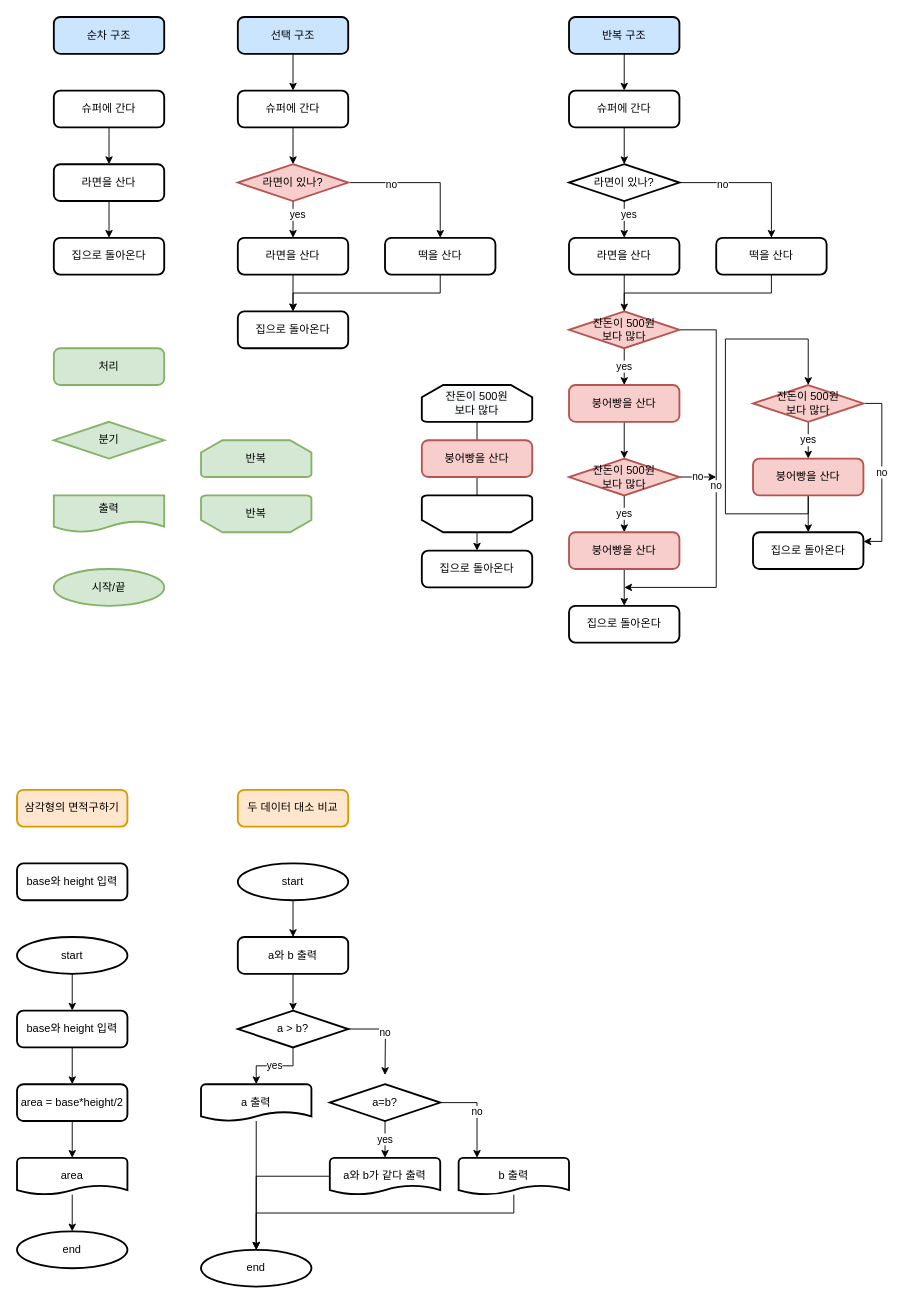
garlic3/python_basic keeps this draw.io diagram as Untitled Diagram.drawio. Above is the earlier version. Source tidied: cells renumbered, new cells numbered last; positions are measured from the earlier drawing's top-left corner, leaving out a move shared by most shapes. Both pictures are drawn from the tidied source at 92%, with x=0, y=0 at pixel (17, 17).
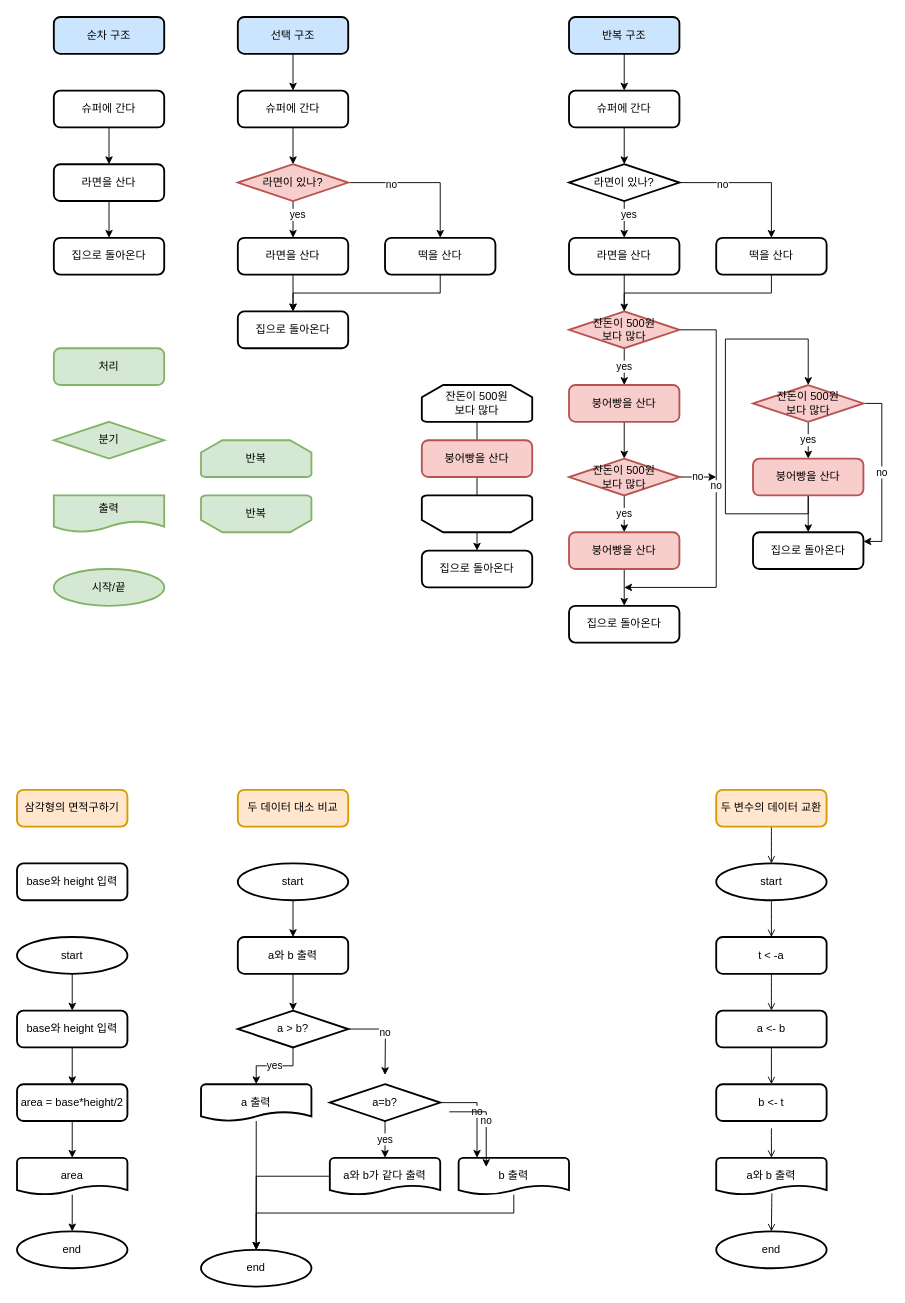
Above is the later version.

The edit, as a diff of the source:
```diff
@@
+    <mxCell id="93" style="edgeStyle=none;curved=1;rounded=0;jettySize=auto;html=1;exitX=0.5;exitY=1;exitDx=0;exitDy=0;entryX=0.5;entryY=0;entryDx=0;entryDy=0;entryPerimeter=0;endArrow=open;sourcePerimeterSpacing=8;targetPerimeterSpacing=8;" parent="1" edge="1" source="94" target="96">
+      <mxGeometry relative="1" as="geometry" />
+    </mxCell>
+    <mxCell id="94" value="두 변수의 데이터 교환" style="rounded=1;whiteSpace=wrap;html=1;absoluteArcSize=1;arcSize=14;strokeWidth=2;fillColor=#ffe6cc;strokeColor=#d79b00;" parent="1" vertex="1">
+      <mxGeometry x="760" y="840" width="120" height="40" as="geometry" />
+    </mxCell>
+    <mxCell id="95" style="edgeStyle=none;curved=1;rounded=0;jettySize=auto;html=1;exitX=0.5;exitY=1;exitDx=0;exitDy=0;exitPerimeter=0;entryX=0.5;entryY=0;entryDx=0;entryDy=0;endArrow=open;sourcePerimeterSpacing=8;targetPerimeterSpacing=8;" parent="1" edge="1" source="96" target="98">
+      <mxGeometry relative="1" as="geometry" />
+    </mxCell>
+    <mxCell id="96" value="start" style="strokeWidth=2;html=1;shape=mxgraph.flowchart.start_2;whiteSpace=wrap;" parent="1" vertex="1">
+      <mxGeometry x="760" y="920" width="120" height="40" as="geometry" />
+    </mxCell>
+    <mxCell id="97" style="edgeStyle=none;curved=1;rounded=0;jettySize=auto;html=1;exitX=0.5;exitY=1;exitDx=0;exitDy=0;entryX=0.5;entryY=0;entryDx=0;entryDy=0;endArrow=open;sourcePerimeterSpacing=8;targetPerimeterSpacing=8;" parent="1" edge="1" source="98" target="100">
+      <mxGeometry relative="1" as="geometry" />
+    </mxCell>
+    <mxCell id="98" value="t &amp;lt; -a" style="rounded=1;whiteSpace=wrap;html=1;absoluteArcSize=1;arcSize=14;strokeWidth=2;" parent="1" vertex="1">
+      <mxGeometry x="760" y="1000" width="120" height="40" as="geometry" />
+    </mxCell>
+    <mxCell id="99" style="edgeStyle=none;curved=1;rounded=0;jettySize=auto;html=1;exitX=0.5;exitY=1;exitDx=0;exitDy=0;endArrow=open;sourcePerimeterSpacing=8;targetPerimeterSpacing=8;entryX=0.5;entryY=0;entryDx=0;entryDy=0;" parent="1" edge="1" source="100" target="102">
+      <mxGeometry relative="1" as="geometry" />
+    </mxCell>
+    <mxCell id="100" value="a &amp;lt;- b" style="rounded=1;whiteSpace=wrap;html=1;absoluteArcSize=1;arcSize=14;strokeWidth=2;" parent="1" vertex="1">
+      <mxGeometry x="760" y="1080" width="120" height="40" as="geometry" />
+    </mxCell>
+    <mxCell id="101" style="edgeStyle=none;curved=1;rounded=0;jettySize=auto;html=1;entryX=0.5;entryY=0;entryDx=0;entryDy=0;entryPerimeter=0;endArrow=open;sourcePerimeterSpacing=8;targetPerimeterSpacing=8;" parent="1" edge="1" source="102" target="104">
+      <mxGeometry relative="1" as="geometry" />
+    </mxCell>
+    <mxCell id="102" value="b &amp;lt;- t" style="rounded=1;whiteSpace=wrap;html=1;absoluteArcSize=1;arcSize=14;strokeWidth=2;" parent="1" vertex="1">
+      <mxGeometry x="760" y="1160" width="120" height="40" as="geometry" />
+    </mxCell>
+    <mxCell id="103" style="edgeStyle=none;curved=1;rounded=0;jettySize=auto;html=1;entryX=0.5;entryY=0;entryDx=0;entryDy=0;entryPerimeter=0;endArrow=open;sourcePerimeterSpacing=8;targetPerimeterSpacing=8;exitX=0.504;exitY=0.968;exitDx=0;exitDy=0;exitPerimeter=0;" parent="1" edge="1" source="104" target="105">
+      <mxGeometry relative="1" as="geometry" />
+    </mxCell>
+    <mxCell id="104" value="a와 b 출력" style="strokeWidth=2;html=1;shape=mxgraph.flowchart.document2;whiteSpace=wrap;size=0.25;" parent="1" vertex="1">
+      <mxGeometry x="760" y="1240" width="120" height="40" as="geometry" />
+    </mxCell>
+    <mxCell id="105" value="end" style="strokeWidth=2;html=1;shape=mxgraph.flowchart.start_2;whiteSpace=wrap;" parent="1" vertex="1">
+      <mxGeometry x="760" y="1320" width="120" height="40" as="geometry" />
+    </mxCell>
+    <mxCell id="106" value="no" style="edgeStyle=orthogonalEdgeStyle;rounded=0;orthogonalLoop=1;jettySize=auto;html=1;" parent="1" edge="1">
+      <mxGeometry relative="1" as="geometry">
+        <mxPoint x="470" y="1190" as="sourcePoint" />
+        <mxPoint x="510" y="1250" as="targetPoint" />
+        <Array as="points">
+          <mxPoint x="510" y="1190" />
+        </Array>
+      </mxGeometry>
+    </mxCell>
```
